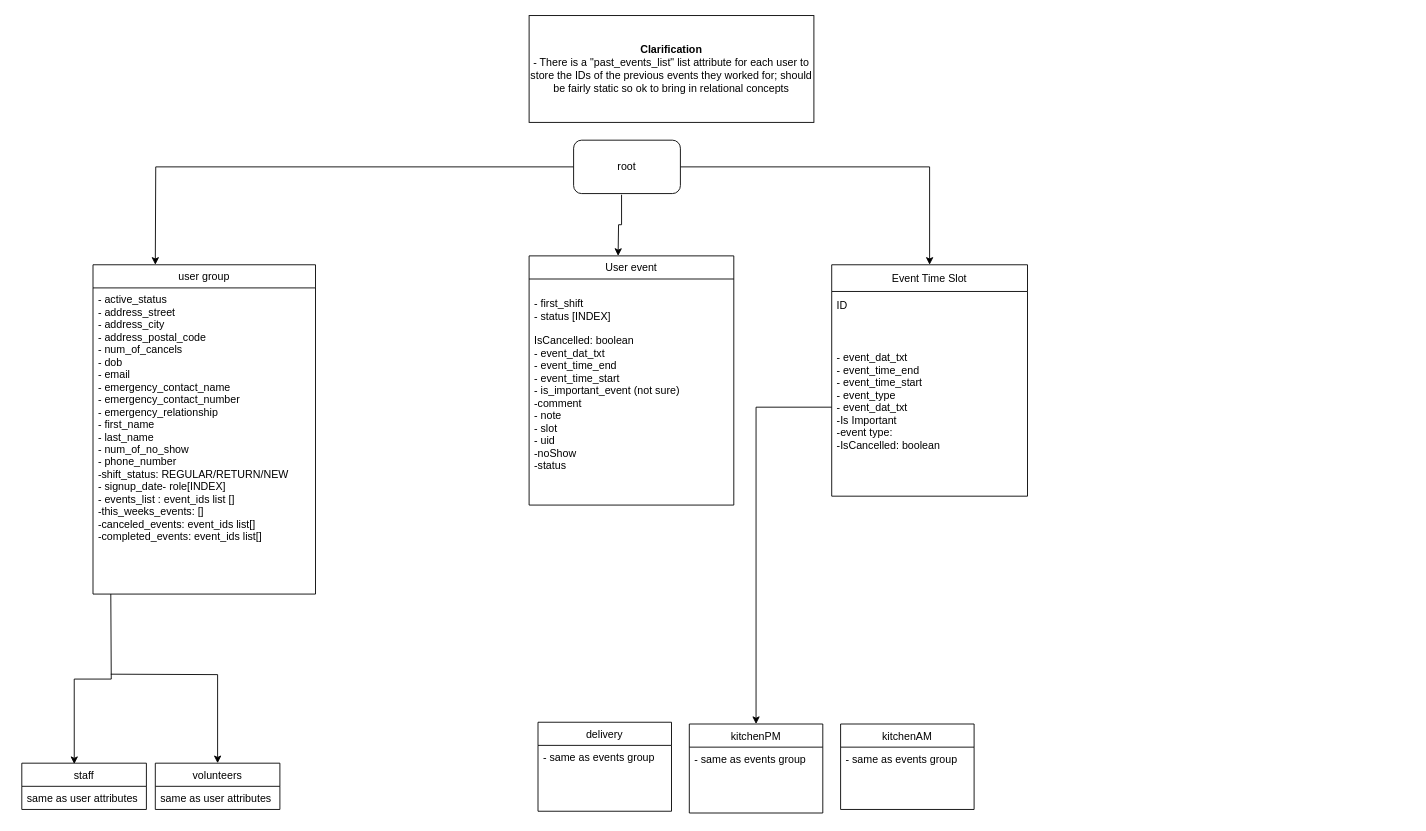
This is page "v1" (1 of 2) of architecture_docs/db/sfl_santropol.drawio from Software-For-Love/client-santropol, a draw.io file, before an edit. Source tidied: cells renumbered, new cells numbered last; positions are measured from the earlier drawing's top-left corner, leaving out a move shared by most shapes. Both pictures are drawn from the tidied source at 89%, with x=0, y=0 at pixel (21, 15).
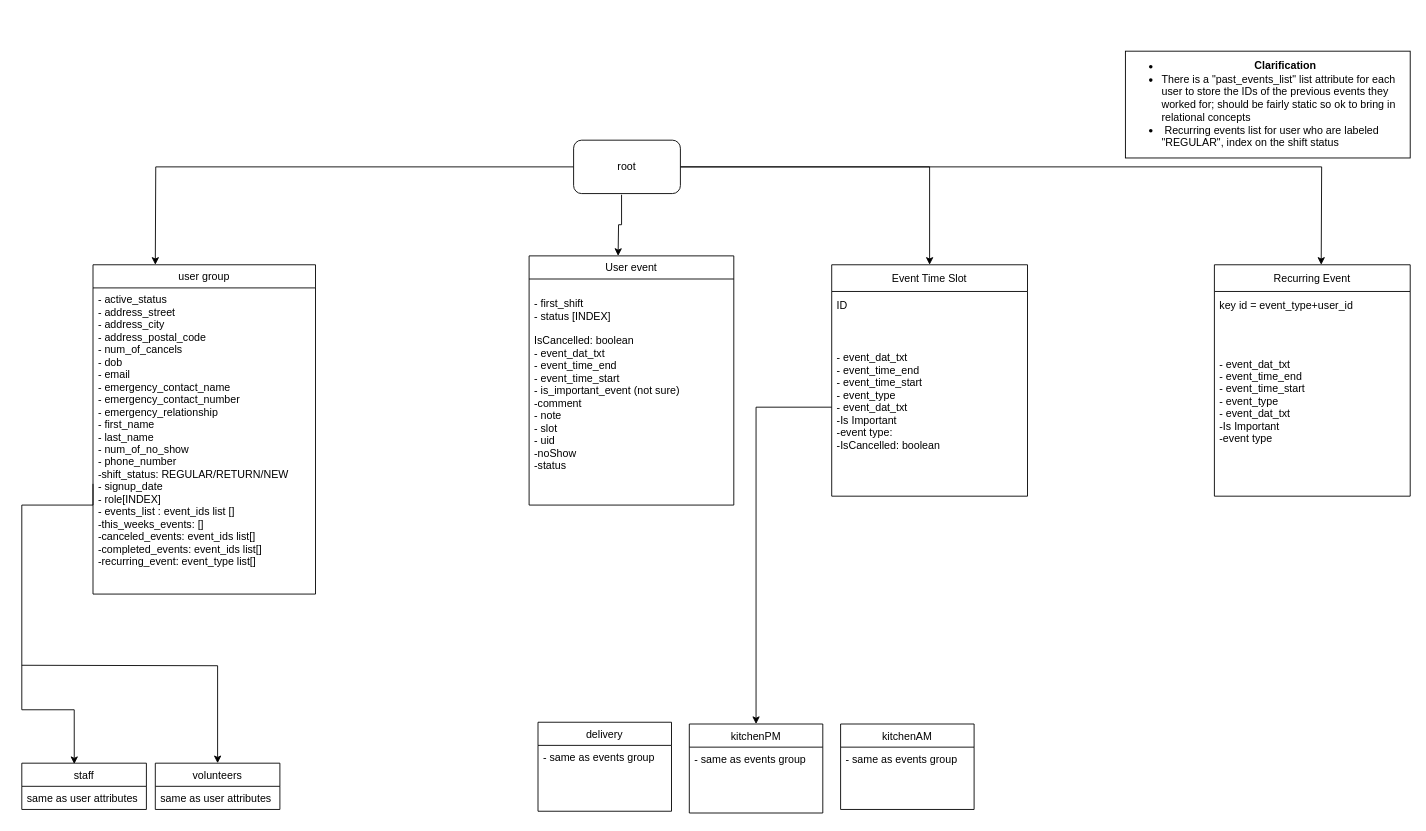
Above is the later version.

Commit message:
included slightly updated architecture version, will apply changes

The change refers to these unchanged cells:
```xml
<mxCell id="5" value="root" style="rounded=1;whiteSpace=wrap;html=1;" parent="1" vertex="1">
  <mxGeometry x="620" y="140" width="120" height="60" as="geometry" />
</mxCell>
<mxCell id="6" value="user group" style="swimlane;fontStyle=0;horizontal=1;startSize=26;fillColor=none;" parent="1" vertex="1">
  <mxGeometry x="80" y="280" width="250" height="370" as="geometry" />
</mxCell>
<mxCell id="8" value="volunteers" style="swimlane;fontStyle=0;horizontal=1;startSize=26;fillColor=none;" parent="1" vertex="1">
  <mxGeometry x="150" y="840" width="140" height="52" as="geometry" />
</mxCell>
<mxCell id="11" value="staff" style="swimlane;fontStyle=0;horizontal=1;startSize=26;fillColor=none;" parent="1" vertex="1">
  <mxGeometry y="840" width="140" height="52" as="geometry" />
</mxCell>
```

Diff of the diagram source:
```diff
@@
+    <mxCell id="27" style="edgeStyle=orthogonalEdgeStyle;rounded=0;jettySize=auto;html=1;" parent="1" edge="1" source="5">
+      <mxGeometry relative="1" as="geometry">
+        <mxPoint x="1460" y="280" as="targetPoint" />
+      </mxGeometry>
+    </mxCell>
@@
-    <mxCell id="7" value="- active_status&#10;- address_street&#10;- address_city&#10;- address_postal_code&#10;- num_of_cancels&#10;- dob&#10;- email&#10;- emergency_contact_name&#10;- emergency_contact_number&#10;- emergency_relationship&#10;- first_name&#10;- last_name&#10;- num_of_no_show&#10;- phone_number&#10;-shift_status: REGULAR/RETURN/NEW&#10;- signup_date- role[INDEX]&#10;- events_list : event_ids list []&#10;-this_weeks_events: []&#10;-canceled_events: event_ids list[]&#10;-completed_events: event_ids list[]&#10;&#10;&#10;" style="text;strokeColor=none;fillColor=none;align=left;verticalAlign=top;spacingLeft=4;spacingRight=4;overflow=hidden;points=[[0,0.5],[1,0.5]];portConstraint=eastwest;" parent="6" vertex="1">
+    <mxCell id="7" value="- active_status&#10;- address_street&#10;- address_city&#10;- address_postal_code&#10;- num_of_cancels&#10;- dob&#10;- email&#10;- emergency_contact_name&#10;- emergency_contact_number&#10;- emergency_relationship&#10;- first_name&#10;- last_name&#10;- num_of_no_show&#10;- phone_number&#10;-shift_status: REGULAR/RETURN/NEW&#10;- signup_date&#10;- role[INDEX]&#10;- events_list : event_ids list []&#10;-this_weeks_events: []&#10;-canceled_events: event_ids list[]&#10;-completed_events: event_ids list[]&#10;-recurring_event: event_type list[]&#10;&#10;&#10;" style="text;strokeColor=none;fillColor=none;align=left;verticalAlign=top;spacingLeft=4;spacingRight=4;overflow=hidden;points=[[0,0.5],[1,0.5]];portConstraint=eastwest;" parent="6" vertex="1">
       <mxGeometry y="26" width="250" height="344" as="geometry" />
     </mxCell>
@@
     <mxCell id="10" style="edgeStyle=orthogonalEdgeStyle;rounded=0;jettySize=auto;html=1;" parent="1" edge="1" target="8">
       <mxGeometry relative="1" as="geometry">
-        <mxPoint x="100" y="740" as="sourcePoint" />
+        <mxPoint y="730" as="sourcePoint" />
       </mxGeometry>
     </mxCell>
@@
-    <mxCell id="13" value="&lt;b&gt;Clarification&lt;/b&gt;&lt;br&gt;- There is a &quot;past_events_list&quot; list attribute for each user to store the IDs of the previous events they worked for; should be fairly static so ok to bring in relational concepts" style="rounded=0;whiteSpace=wrap;html=1;" parent="1" vertex="1">
-      <mxGeometry x="570" width="320" height="120" as="geometry" />
+    <mxCell id="13" value="&lt;ul&gt;&lt;li&gt;&lt;b&gt;Clarification&lt;/b&gt;&lt;/li&gt;&lt;li style=&quot;text-align: left&quot;&gt;There is a &quot;past_events_list&quot; list attribute for each user to store the IDs of the previous events they worked for; should be fairly static so ok to bring in relational concepts&lt;/li&gt;&lt;li style=&quot;text-align: left&quot;&gt;&amp;nbsp;Recurring events list for user who are labeled &quot;REGULAR&quot;, index on the shift status&lt;/li&gt;&lt;/ul&gt;" style="rounded=0;whiteSpace=wrap;html=1;" parent="1" vertex="1">
+      <mxGeometry x="1240" y="40" width="320" height="120" as="geometry" />
     </mxCell>
@@
-    <mxCell id="20" style="edgeStyle=orthogonalEdgeStyle;rounded=0;jettySize=auto;html=1;entryX=0.421;entryY=0.019;entryDx=0;entryDy=0;entryPerimeter=0;" parent="1" edge="1" target="11">
+    <mxCell id="20" style="edgeStyle=orthogonalEdgeStyle;rounded=0;jettySize=auto;html=1;entryX=0.421;entryY=0.019;entryDx=0;entryDy=0;entryPerimeter=0;exitX=0;exitY=0.64;exitDx=0;exitDy=0;exitPerimeter=0;" parent="1" edge="1" source="7" target="11">
       <mxGeometry relative="1" as="geometry">
-        <mxPoint x="100" y="650" as="sourcePoint" />
+        <Array as="points">
+          <mxPoint x="80" y="550" />
+          <mxPoint y="550" />
+          <mxPoint y="780" />
+          <mxPoint x="59" y="780" />
+        </Array>
       </mxGeometry>
     </mxCell>
@@
+    <mxCell id="28" value="Recurring Event" style="swimlane;fontStyle=0;horizontal=1;startSize=30;" parent="1" vertex="1">
+      <mxGeometry x="1340" y="280" width="220" height="260" as="geometry" />
+    </mxCell>
+    <mxCell id="29" value="key id = event_type+user_id" style="text;strokeColor=none;fillColor=none;align=left;verticalAlign=middle;spacingLeft=4;spacingRight=4;overflow=hidden;" parent="28" vertex="1">
+      <mxGeometry y="30" width="220" height="30" as="geometry" />
+    </mxCell>
+    <mxCell id="30" value="- event_dat_txt&#10;- event_time_end&#10;- event_time_start&#10;- event_type&#10;- event_dat_txt&#10;-Is Important&#10;-event type&#10;" style="text;strokeColor=none;fillColor=none;align=left;verticalAlign=middle;spacingLeft=4;spacingRight=4;overflow=hidden;" parent="28" vertex="1">
+      <mxGeometry y="60" width="220" height="200" as="geometry" />
+    </mxCell>
```
